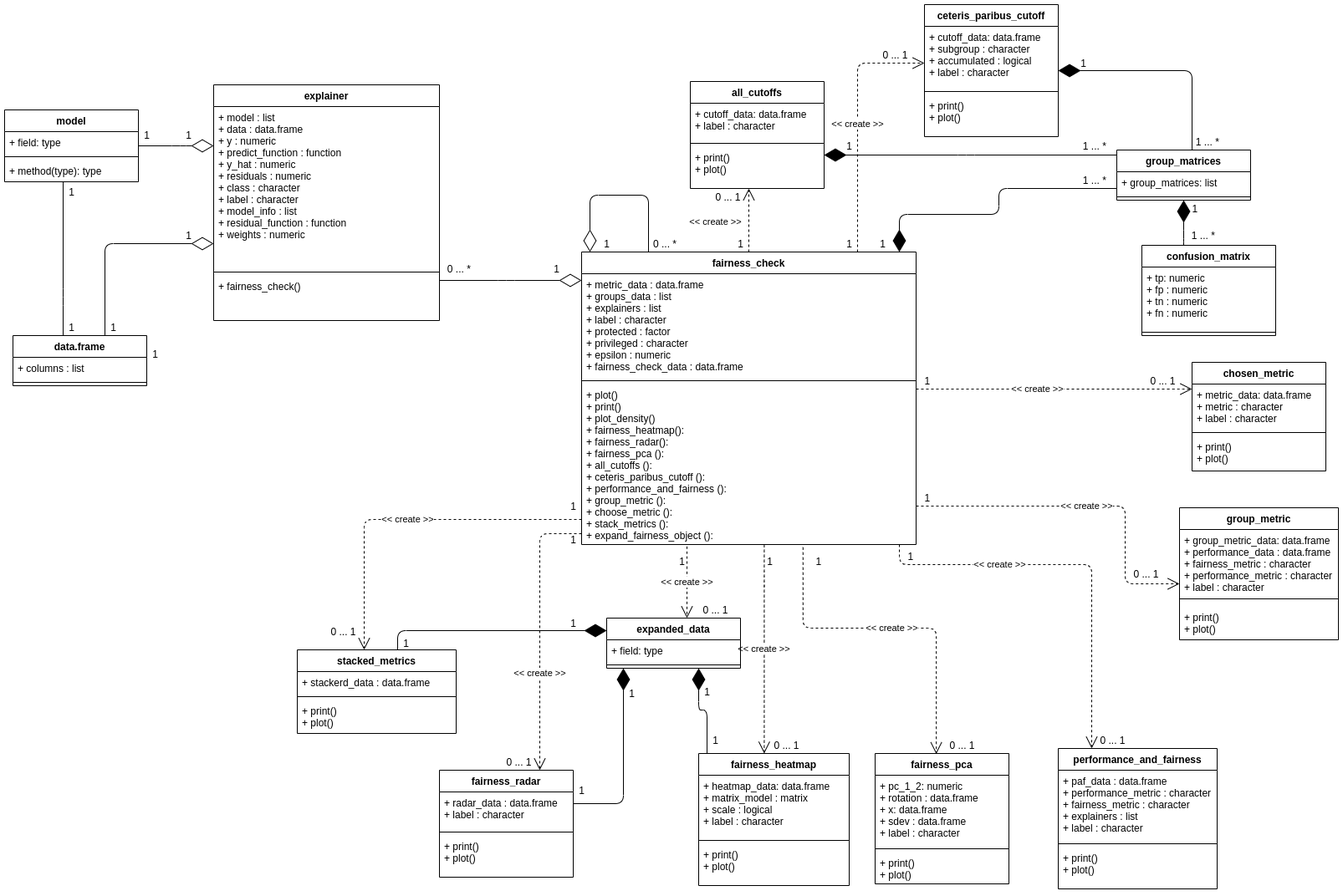
This is man/figures/class_diagram.png from ModelOriented/fairmodels, a draw.io export, as it was before one commit. Source tidied: cells renumbered, new cells last; positions are measured from the earlier drawing's top-left corner, leaving out a move shared by most shapes.
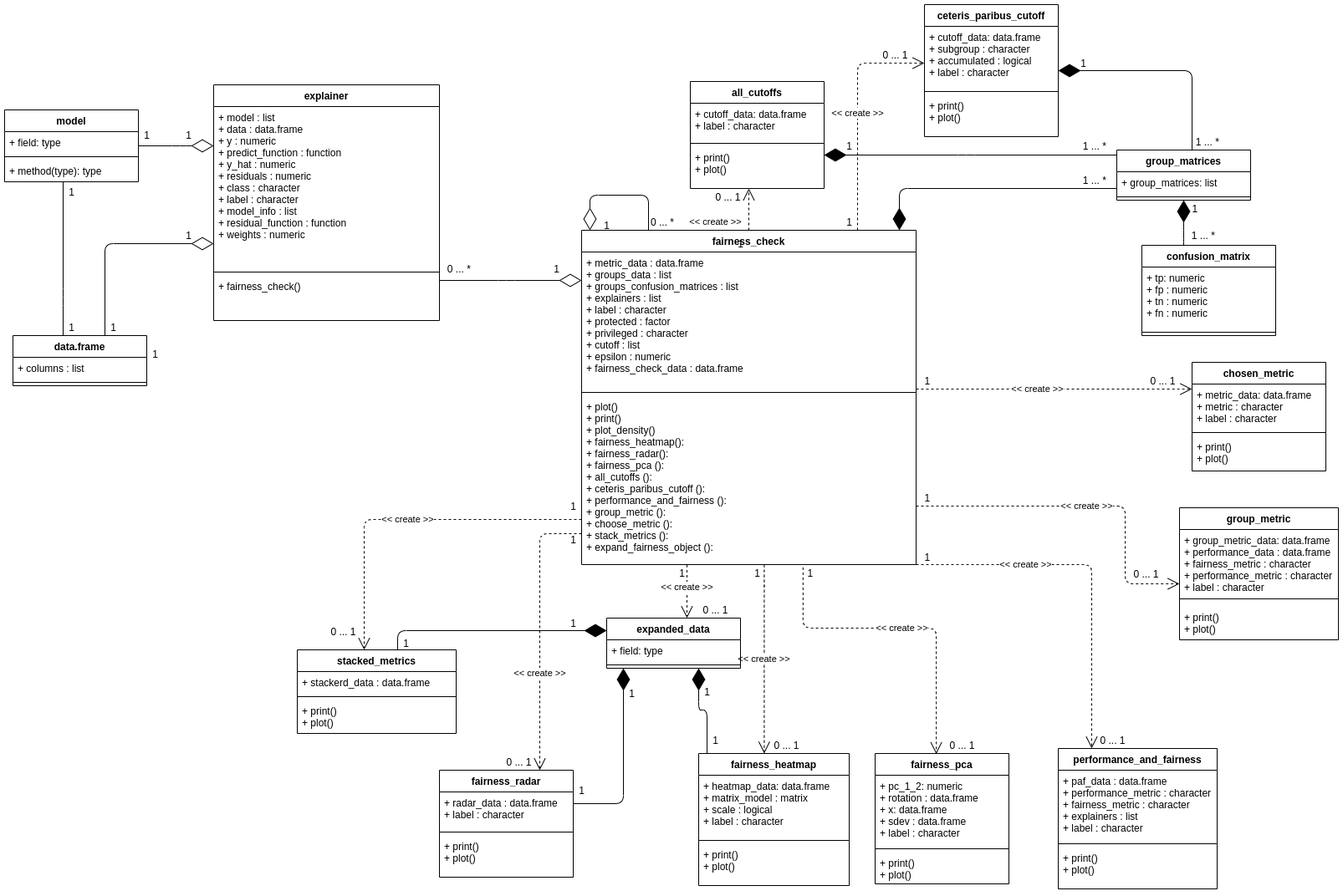
After the commit.

Diff of the diagram source:
```diff
@@ -5,9 +5,7 @@
     <mxCell id="2" style="endArrow=diamondThin;endFill=1;endSize=24;html=1;edgeStyle=orthogonalEdgeStyle;" parent="1" edge="1" source="101" target="38">
       <mxGeometry relative="1" as="geometry">
         <Array as="points">
-          <mxPoint x="1189" y="220" />
-          <mxPoint x="1189" y="251" />
-          <mxPoint x="1070" y="251" />
+          <mxPoint x="1070" y="220" />
         </Array>
       </mxGeometry>
     </mxCell>
@@ -197,16 +195,16 @@
       <mxGeometry y="228" width="270" height="54" as="geometry" />
     </mxCell>
     <mxCell id="38" value="fairness_check" style="swimlane;fontStyle=1;align=center;verticalAlign=top;horizontal=1;startSize=26;" parent="1" vertex="1">
-      <mxGeometry x="690" y="296" width="400" height="350" as="geometry" />
+      <mxGeometry x="690" y="270" width="400" height="400" as="geometry" />
     </mxCell>
-    <mxCell id="39" value="+ metric_data : data.frame&#10;+ groups_data : list&#10;+ explainers : list &#10;+ label : character&#10;+ protected : factor &#10;+ privileged : character&#10;+ epsilon : numeric&#10;+ fairness_check_data : data.frame&#10;" style="text;strokeColor=none;fillColor=none;align=left;verticalAlign=top;spacingLeft=4;spacingRight=4;overflow=hidden;fontStyle=0;" parent="38" vertex="1">
-      <mxGeometry y="26" width="400" height="124" as="geometry" />
+    <mxCell id="39" value="+ metric_data : data.frame&#10;+ groups_data : list&#10;+ groups_confusion_matrices : list&#10;+ explainers : list &#10;+ label : character&#10;+ protected : factor &#10;+ privileged : character&#10;+ cutoff : list&#10;+ epsilon : numeric&#10;+ fairness_check_data : data.frame&#10;" style="text;strokeColor=none;fillColor=none;align=left;verticalAlign=top;spacingLeft=4;spacingRight=4;overflow=hidden;fontStyle=0;" parent="38" vertex="1">
+      <mxGeometry y="26" width="400" height="164" as="geometry" />
     </mxCell>
     <mxCell id="40" style="line;strokeWidth=1;fillColor=none;align=left;verticalAlign=middle;spacingTop=-1;spacingLeft=3;spacingRight=3;labelPosition=right;" parent="38" vertex="1">
-      <mxGeometry y="150" width="400" height="8" as="geometry" />
+      <mxGeometry y="190" width="400" height="8" as="geometry" />
     </mxCell>
     <mxCell id="41" value="+ plot()&#10;+ print()&#10;+ plot_density()&#10;+ fairness_heatmap():&#10;+ fairness_radar():&#10;+ fairness_pca (): &#10;+ all_cutoffs (): &#10;+ ceteris_paribus_cutoff (): &#10;+ performance_and_fairness ():&#10;+ group_metric (): &#10;+ choose_metric (): &#10;+ stack_metrics (): &#10;+ expand_fairness_object (): &#10; " style="text;strokeColor=none;fillColor=none;align=left;verticalAlign=top;spacingLeft=4;spacingRight=4;overflow=hidden;points=[[0,0.5],[1,0.5]];portConstraint=eastwest;" parent="38" vertex="1">
-      <mxGeometry y="158" width="400" height="192" as="geometry" />
+      <mxGeometry y="198" width="400" height="202" as="geometry" />
     </mxCell>
     <mxCell id="42" value="model" style="swimlane;fontStyle=1;align=center;verticalAlign=top;horizontal=1;startSize=26;" parent="1" vertex="1">
       <mxGeometry y="126" width="160" height="86" as="geometry" />
@@ -293,10 +291,10 @@
       <mxGeometry x="1090" y="440" width="30" height="20" as="geometry" />
     </mxCell>
     <mxCell id="70" value="1&amp;nbsp;" style="text;html=1;align=center;verticalAlign=middle;" parent="1" vertex="1">
-      <mxGeometry x="1070" y="650" width="30" height="20" as="geometry" />
+      <mxGeometry x="1090" y="651" width="30" height="20" as="geometry" />
     </mxCell>
     <mxCell id="71" value="1&amp;nbsp;" style="text;html=1;align=center;verticalAlign=middle;" parent="1" vertex="1">
-      <mxGeometry x="960" y="656" width="30" height="20" as="geometry" />
+      <mxGeometry x="950" y="670" width="30" height="20" as="geometry" />
     </mxCell>
     <mxCell id="72" value="0 ... 1" style="text;html=1;align=center;verticalAlign=middle;" parent="1" vertex="1">
       <mxGeometry x="1360" y="440" width="50" height="20" as="geometry" />
@@ -341,10 +339,10 @@
       <mxGeometry x="670" y="730" width="20" height="20" as="geometry" />
     </mxCell>
     <mxCell id="86" value="1" style="text;html=1;align=center;verticalAlign=middle;" parent="1" vertex="1">
-      <mxGeometry x="905" y="656" width="20" height="20" as="geometry" />
+      <mxGeometry x="890" y="670" width="20" height="20" as="geometry" />
     </mxCell>
     <mxCell id="87" value="1" style="text;html=1;align=center;verticalAlign=middle;" parent="1" vertex="1">
-      <mxGeometry x="800" y="656" width="20" height="20" as="geometry" />
+      <mxGeometry x="800" y="670" width="20" height="20" as="geometry" />
     </mxCell>
     <mxCell id="88" value="expanded_data" style="swimlane;fontStyle=1;align=center;verticalAlign=top;horizontal=1;startSize=26;" parent="1" vertex="1">
       <mxGeometry x="720" y="734" width="160" height="60" as="geometry" />
@@ -379,10 +377,10 @@
       </mxGeometry>
     </mxCell>
     <mxCell id="95" value="0 ... *" style="text;html=1;strokeColor=none;fillColor=none;align=center;verticalAlign=middle;whiteSpace=wrap;rounded=0;" parent="1" vertex="1">
-      <mxGeometry x="770" y="276" width="40" height="20" as="geometry" />
+      <mxGeometry x="767" y="250" width="40" height="20" as="geometry" />
     </mxCell>
     <mxCell id="96" value="1" style="text;html=1;align=center;verticalAlign=middle;" parent="1" vertex="1">
-      <mxGeometry x="710" y="276" width="20" height="20" as="geometry" />
+      <mxGeometry x="710" y="254" width="20" height="20" as="geometry" />
     </mxCell>
     <mxCell id="97" value="performance_and_fairness" style="swimlane;fontStyle=1;align=center;verticalAlign=top;horizontal=1;startSize=26;" parent="1" vertex="1">
       <mxGeometry x="1260" y="890" width="190" height="168" as="geometry" />
@@ -488,7 +486,7 @@
       <mxGeometry x="870" y="276" width="20" height="20" as="geometry" />
     </mxCell>
     <mxCell id="128" value="1" style="text;html=1;align=center;verticalAlign=middle;" parent="1" vertex="1">
-      <mxGeometry x="1000" y="276" width="20" height="20" as="geometry" />
+      <mxGeometry x="1000" y="250" width="20" height="20" as="geometry" />
     </mxCell>
   </root>
 </mxGraphModel>
```
